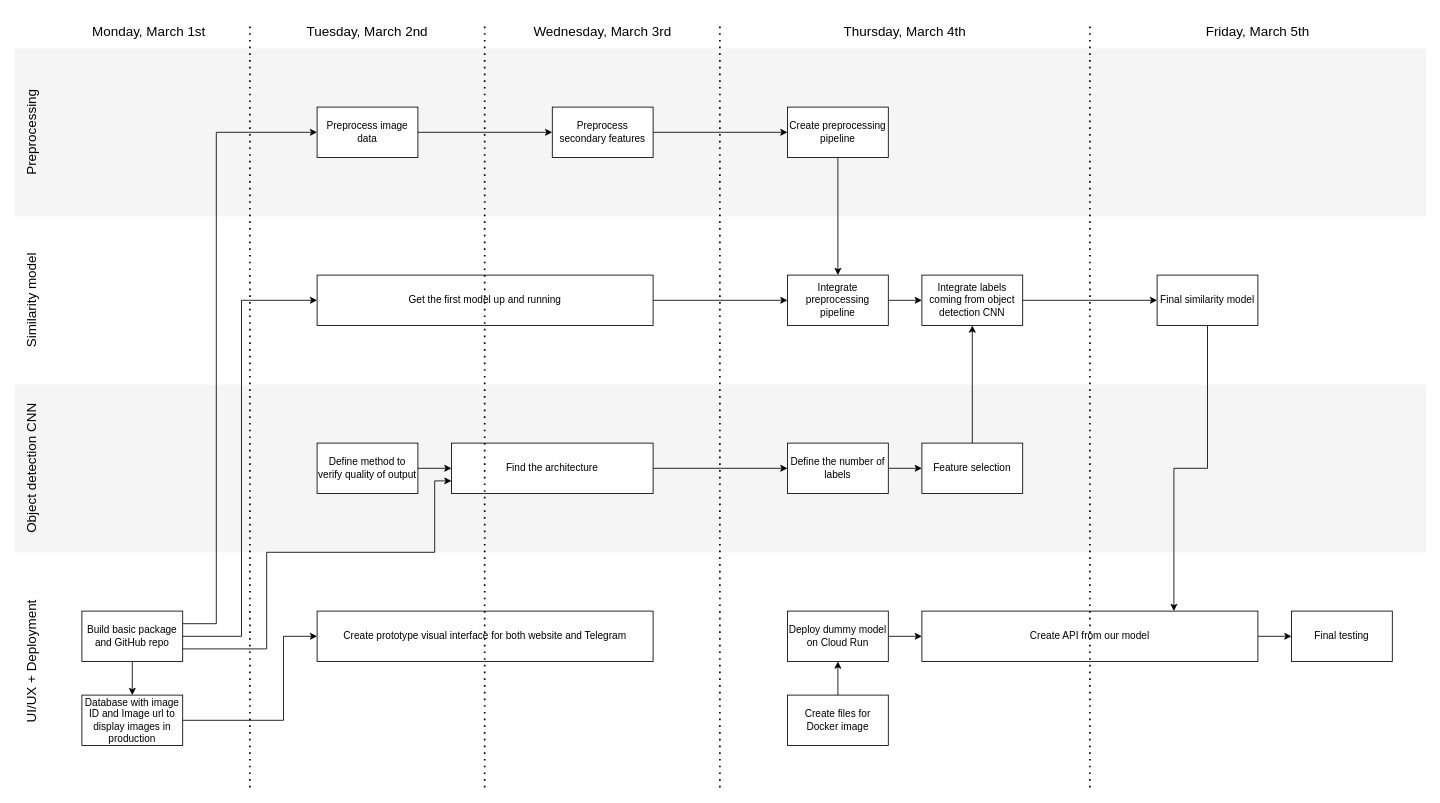
Above: vincent-van-bot-flowchart.drawio in seve-26/vincentvanbot (draw.io), before the change. Source tidied: cells renumbered, new cells numbered last; positions are measured from the earlier drawing's top-left corner, leaving out a move shared by most shapes. Both pictures are drawn from the tidied source at 84%, with x=0, y=0 at pixel (-78, 14).
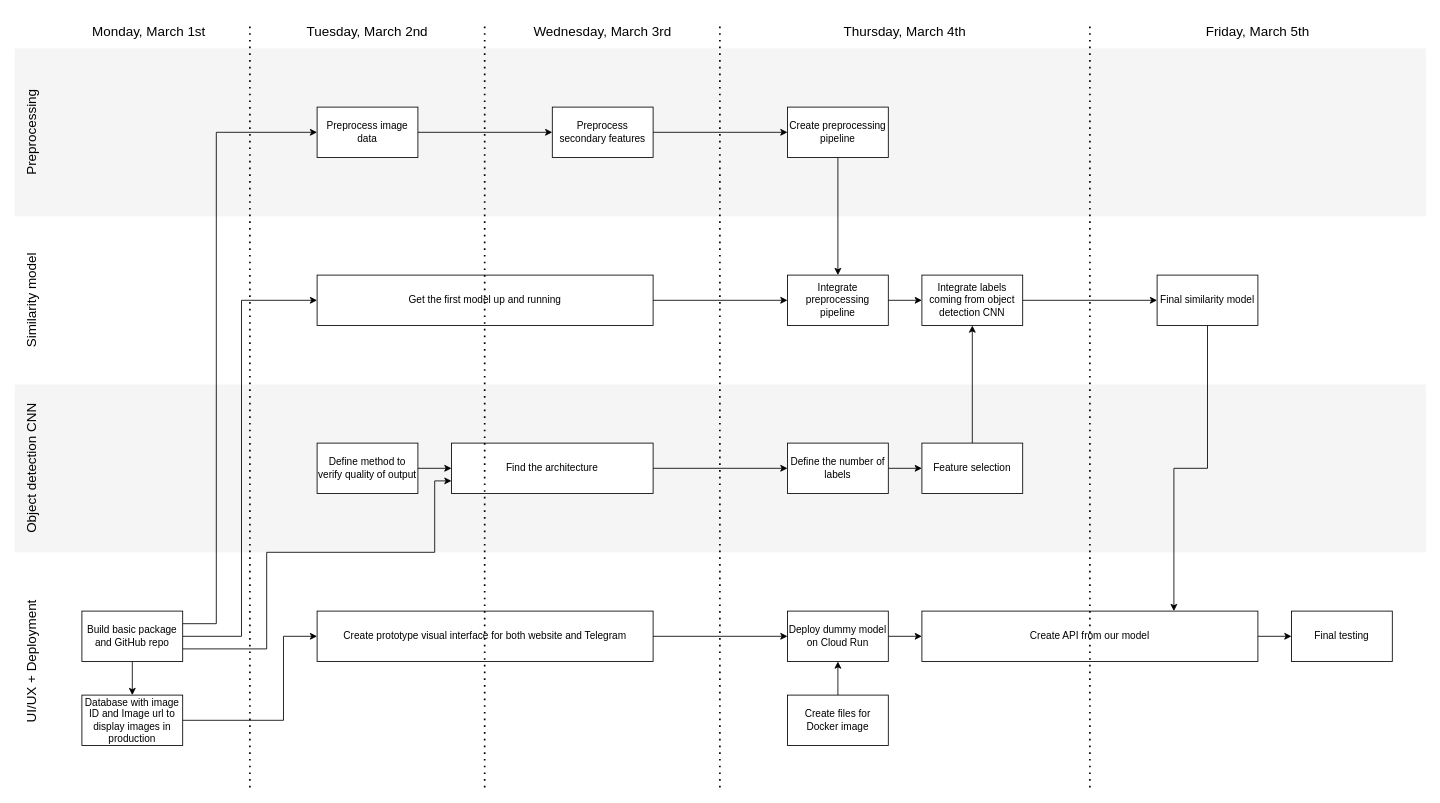
The same page after the edit.

Commit message:
Added missing arrow in data engineering section

The change refers to these unchanged cells:
```xml
<mxCell id="31" value="Deploy dummy model on Cloud Run" style="rounded=0;whiteSpace=wrap;html=1;" parent="1" vertex="1">
  <mxGeometry x="1030" y="710" width="120" height="60" as="geometry" />
</mxCell>
<mxCell id="38" value="Create prototype visual interface for both website and Telegram" style="rounded=0;whiteSpace=wrap;html=1;" parent="1" vertex="1">
  <mxGeometry x="470" y="710" width="400" height="60" as="geometry" />
</mxCell>
```

What changed in the source:
```diff
@@
+    <mxCell id="56" style="edgeStyle=orthogonalEdgeStyle;rounded=0;jettySize=auto;html=1;exitX=1;exitY=0.5;exitDx=0;exitDy=0;entryX=0;entryY=0.5;entryDx=0;entryDy=0;" parent="1" edge="1" source="38" target="31">
+      <mxGeometry relative="1" as="geometry" />
+    </mxCell>
```
